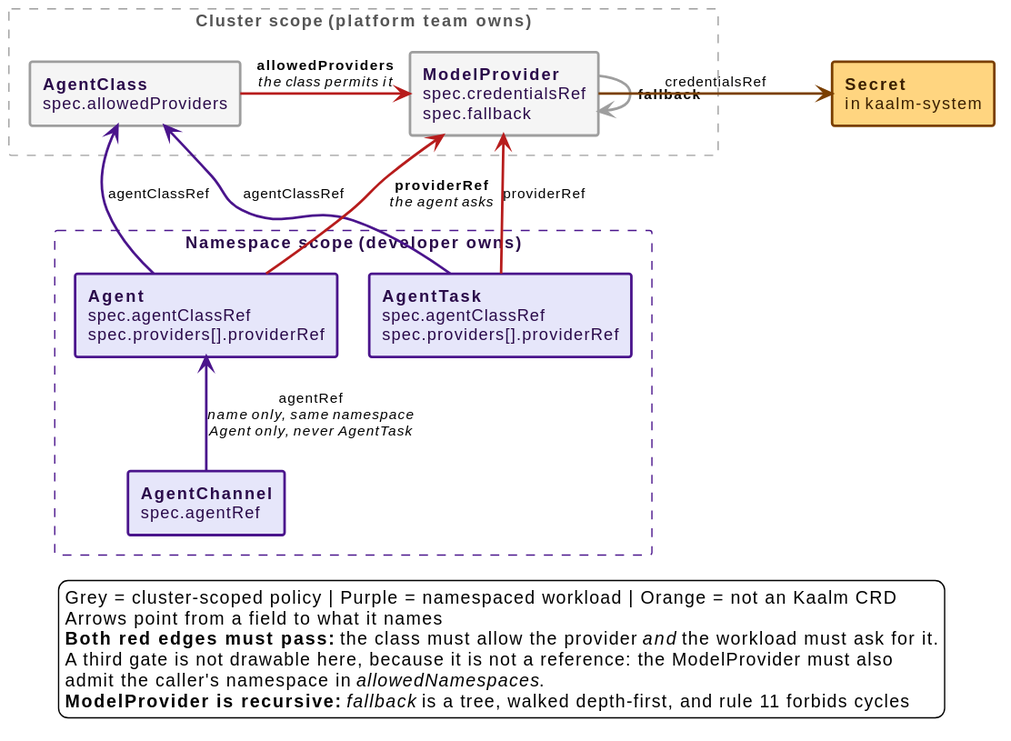
Before: docs/src/diagrams/crd-reference-graph.svg, a diagram exported from PlantUML (win07xp/kaalm).
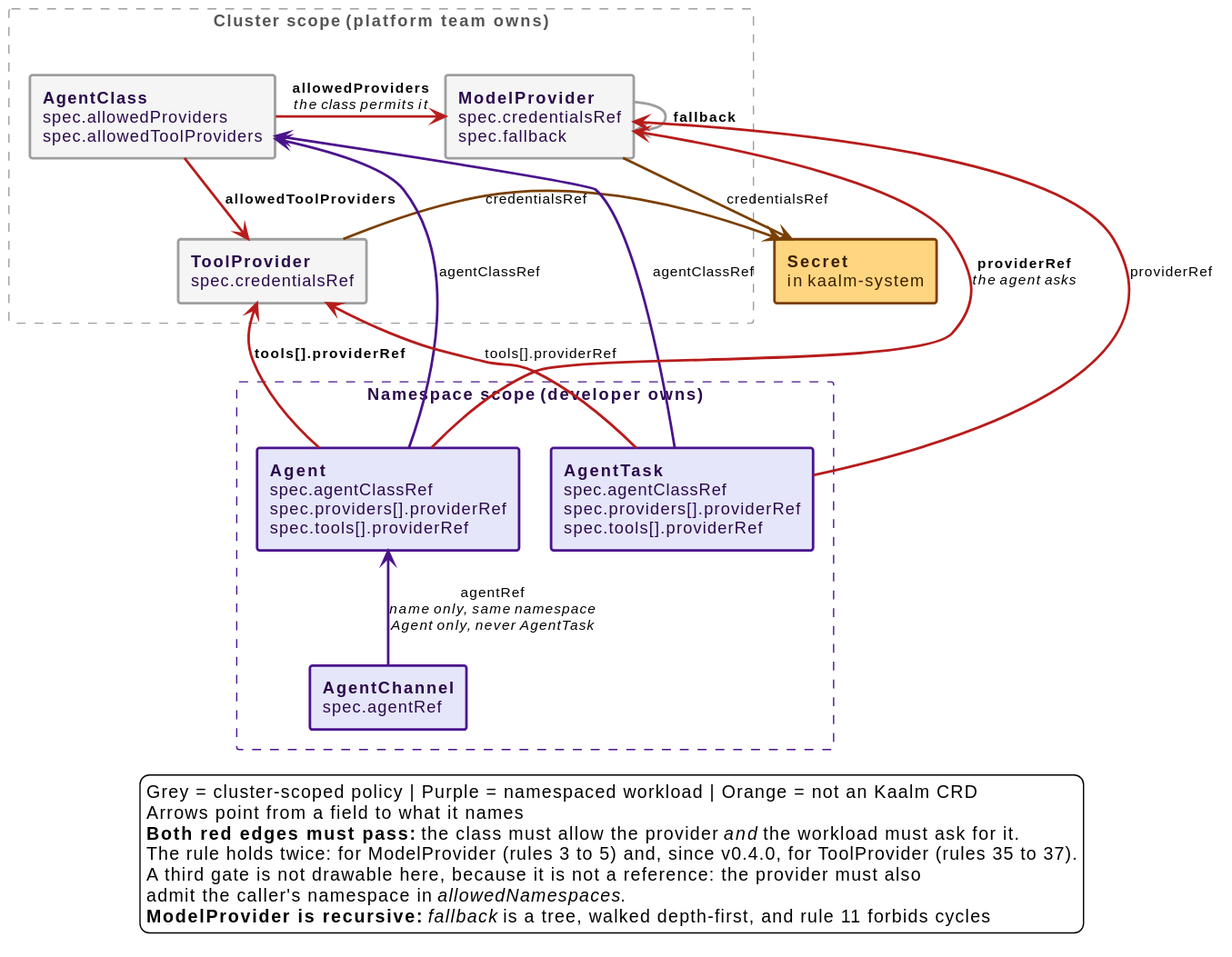
After the commit.

Diff of the diagram source:
```diff
@@ -8,21 +8,24 @@
 }
 
 rectangle "**Cluster scope** (platform team owns)" as clusterband #line:9E9E9E;line.dashed;text:555555 {
-  rectangle "**AgentClass**\nspec.allowedProviders" as ac #back:F5F5F5;line:9E9E9E;line.bold;text:2a0a4a
+  rectangle "**AgentClass**\nspec.allowedProviders\nspec.allowedToolProviders" as ac #back:F5F5F5;line:9E9E9E;line.bold;text:2a0a4a
   rectangle "**ModelProvider**\nspec.credentialsRef\nspec.fallback" as mp #back:F5F5F5;line:9E9E9E;line.bold;text:2a0a4a
+  rectangle "**ToolProvider**\nspec.credentialsRef" as tp #back:F5F5F5;line:9E9E9E;line.bold;text:2a0a4a
 }
 
 rectangle "**Secret**\nin kaalm-system" as sec #back:FFD580;line:7a3f00;line.bold;text:3a1f00
 
 rectangle "**Namespace scope** (developer owns)" as nsband #line:4A148C;line.dashed;text:2a0a4a {
   rectangle "**AgentChannel**\nspec.agentRef" as ch #back:E6E6FA;line:4A148C;line.bold;text:2a0a4a
-  rectangle "**Agent**\nspec.agentClassRef\nspec.providers[].providerRef" as ag #back:E6E6FA;line:4A148C;line.bold;text:2a0a4a
-  rectangle "**AgentTask**\nspec.agentClassRef\nspec.providers[].providerRef" as at #back:E6E6FA;line:4A148C;line.bold;text:2a0a4a
+  rectangle "**Agent**\nspec.agentClassRef\nspec.providers[].providerRef\nspec.tools[].providerRef" as ag #back:E6E6FA;line:4A148C;line.bold;text:2a0a4a
+  rectangle "**AgentTask**\nspec.agentClassRef\nspec.providers[].providerRef\nspec.tools[].providerRef" as at #back:E6E6FA;line:4A148C;line.bold;text:2a0a4a
 }
 
 ac -[#B71C1C,bold]right-> mp : **allowedProviders**\n//the class permits it//
+ac -[#B71C1C,bold]-> tp : **allowedToolProviders**
 mp -[#9E9E9E,bold]-> mp : **fallback**
 mp -[#7a3f00,bold]right---> sec : credentialsRef
+tp -[#7a3f00,bold]right---> sec : credentialsRef
 
 ag <-[#4A148C,bold]- ch : agentRef\n//name only, same namespace//\n//Agent only, never AgentTask//
 
@@ -30,12 +33,15 @@
 ac <-[#4A148C,bold]- at : agentClassRef
 mp <-[#B71C1C,bold]- ag : **providerRef**\n//the agent asks//
 mp <-[#B71C1C,bold]- at : providerRef
+tp <-[#B71C1C,bold]- ag : **tools[].providerRef**
+tp <-[#B71C1C,bold]- at : tools[].providerRef
 
 legend bottom
   Grey = cluster-scoped policy | Purple = namespaced workload | Orange = not an Kaalm CRD
   Arrows point from a field to what it names
   **Both red edges must pass:** the class must allow the provider //and// the workload must ask for it.
-  A third gate is not drawable here, because it is not a reference: the ModelProvider must also
+  The rule holds twice: for ModelProvider (rules 3 to 5) and, since v0.4.0, for ToolProvider (rules 35 to 37).
+  A third gate is not drawable here, because it is not a reference: the provider must also
   admit the caller's namespace in //allowedNamespaces//.
   **ModelProvider is recursive:** //fallback// is a tree, walked depth-first, and rule 11 forbids cycles
 endlegend
```
